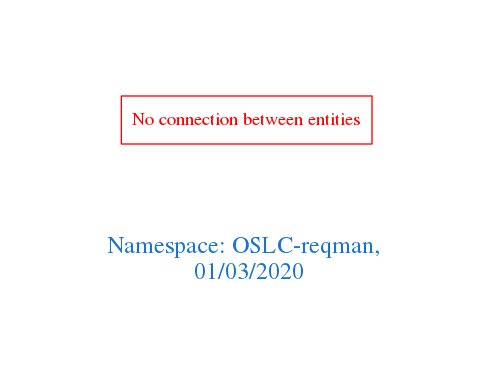
Above: downloads/OSLC-reqman.png in arago/OGIT (Graphviz), before the change. Its source is kept beside it as downloads/OSLC-reqman.dot.
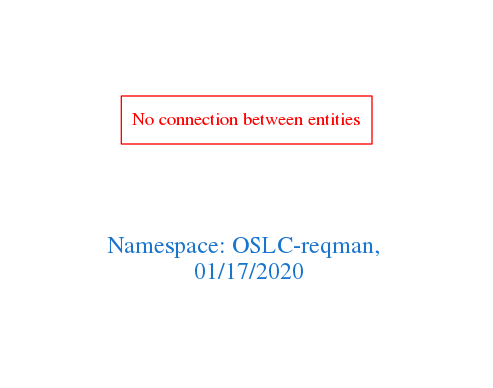
Later version of the same file.

Diff of the diagram source:
```diff
@@ -1,7 +1,7 @@
 digraph OGIT_ontology {
  graph [ rankdir= LR,pad=1
 fontsize = 18,
-fontcolor= dodgerblue3,label = "\n\n\nNamespace: OSLC-reqman, \n 01/03/2020"];
+fontcolor= dodgerblue3,label = "\n\n\nNamespace: OSLC-reqman, \n 01/17/2020"];
 node[shape=polygon];
 edge [  color="gray81"];
 
```
